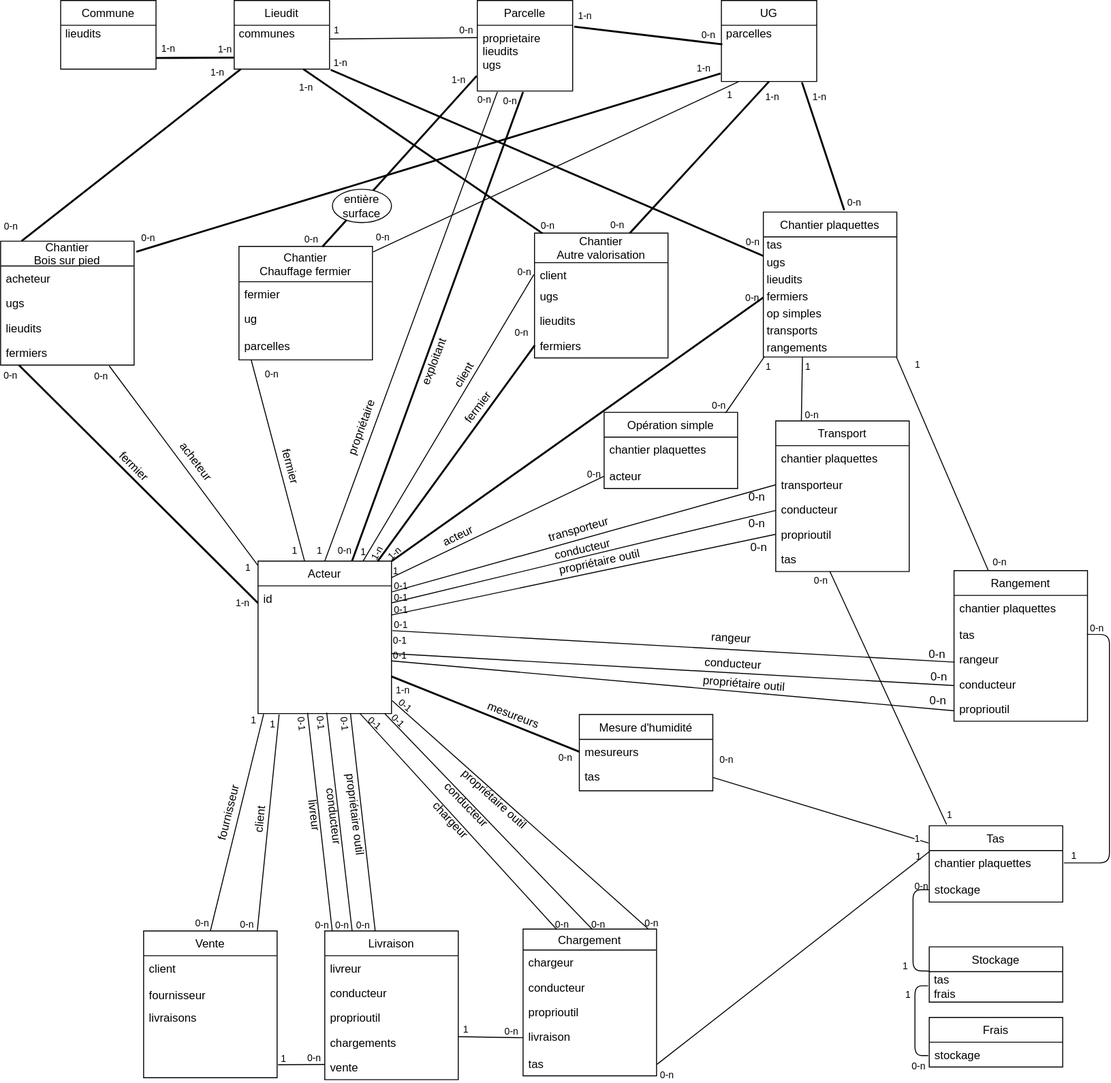
This is docs/mcd-bdl.svg from bdlarzac/chantiers, a draw.io export, as it was before one commit. Source tidied: cells renumbered, new cells last; positions are measured from the earlier drawing's top-left corner, leaving out a move shared by most shapes.
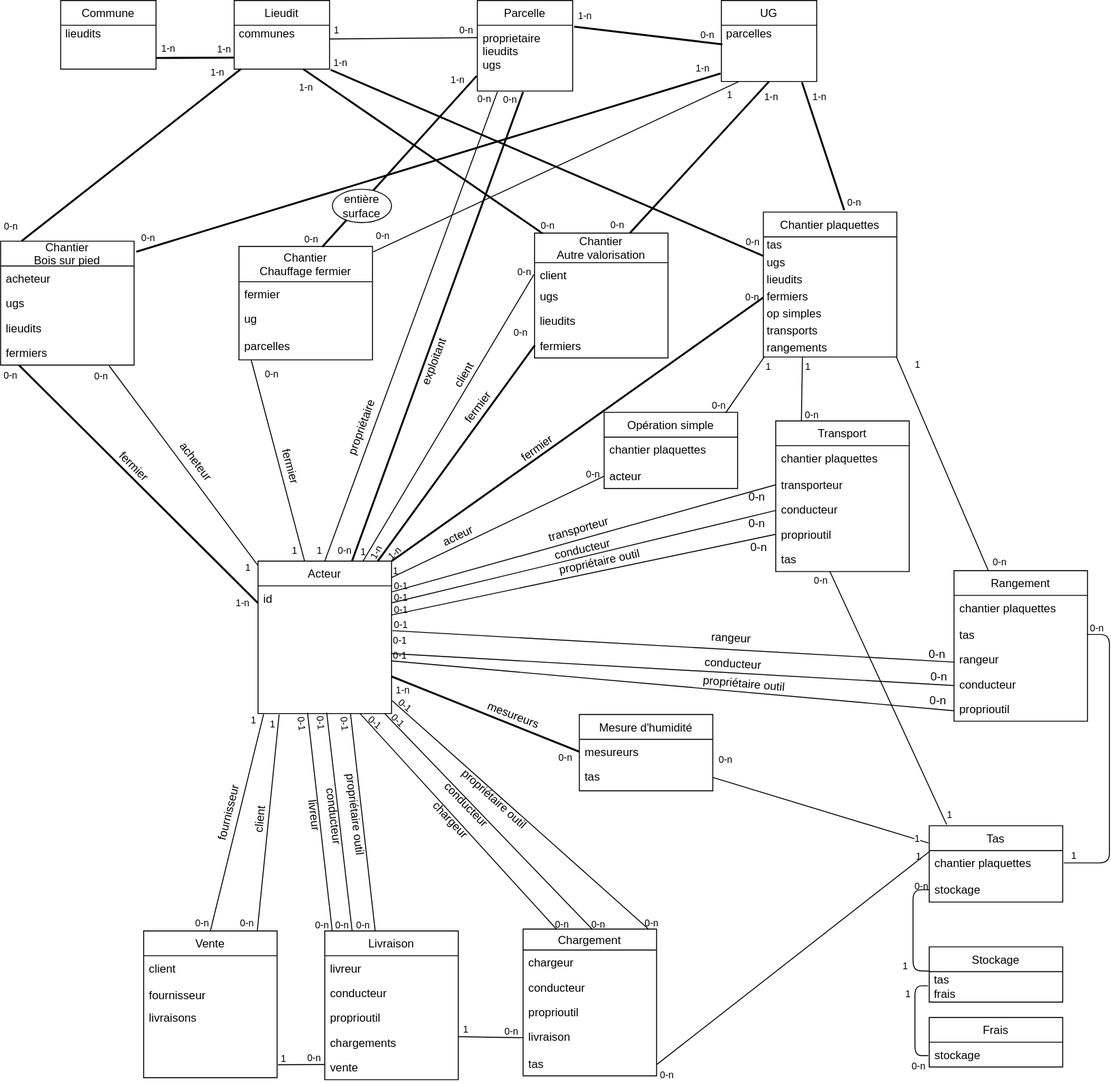
The same file after the commit.

The edit, as a diff of the source:
```diff
@@ -905,5 +905,8 @@
     <mxCell id="236" value="proprioutil" style="text;strokeColor=none;fillColor=none;align=left;verticalAlign=top;spacingLeft=4;spacingRight=4;overflow=hidden;points=[[0,0.5],[1,0.5]];portConstraint=eastwest;" parent="231" vertex="1">
       <mxGeometry y="132" width="140" height="26" as="geometry" />
     </mxCell>
+    <mxCell id="237" value="fermier" style="text;html=1;strokeColor=none;fillColor=none;align=center;verticalAlign=middle;whiteSpace=wrap;rounded=0;rotation=324;" parent="1" vertex="1">
+      <mxGeometry x="530" y="460" width="66" height="20" as="geometry" />
+    </mxCell>
   </root>
 </mxGraphModel>
```
